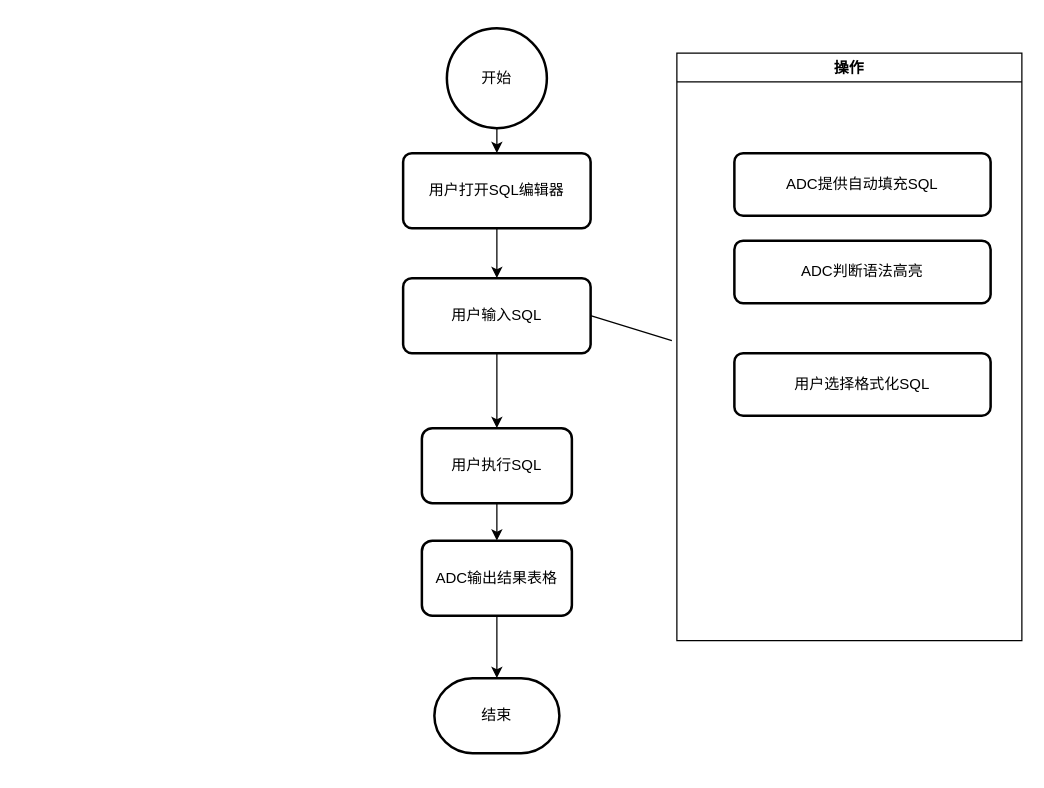
Above: SQL编辑器流程图P0.drawio in tryantdb/repo_for_drawio (draw.io), before the change. Source tidied: cells renumbered, new cells numbered last; positions are measured from the earlier drawing's top-left corner, leaving out a move shared by most shapes. Both pictures are drawn from the tidied source at 125%, with x=0, y=0 at pixel (402, 28).
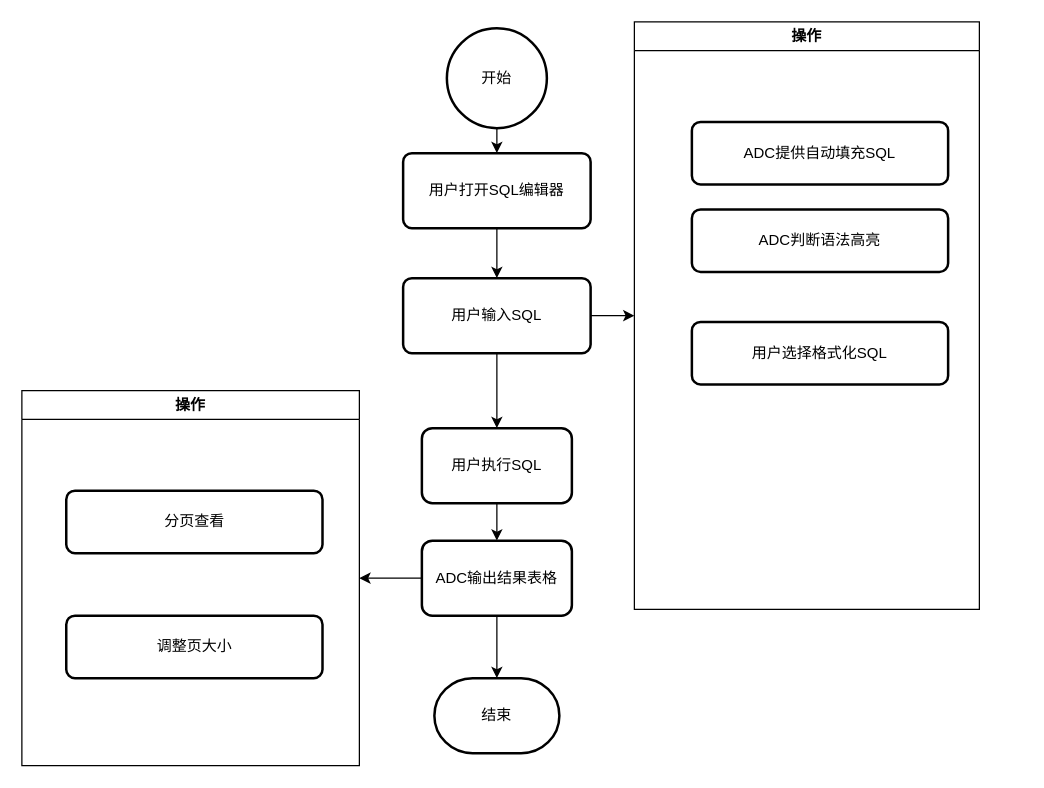
Above is the later version.

Commit message (it also covers changes not shown here):
更新SQL编辑器流程图P0.drawio

The change refers to these unchanged cells:
```xml
<mxCell id="7" value="用户输入SQL" style="rounded=1;whiteSpace=wrap;html=1;absoluteArcSize=1;arcSize=14;strokeWidth=2;" parent="1" vertex="1">
  <mxGeometry y="200" width="150" height="60" as="geometry" />
</mxCell>
<mxCell id="10" value="ADC输出结果表格" style="whiteSpace=wrap;html=1;rounded=1;arcSize=14;strokeWidth=2;" parent="1" vertex="1">
  <mxGeometry x="15" y="410" width="120" height="60" as="geometry" />
</mxCell>
```

What changed in the source:
```diff
@@
+    <mxCell id="18" style="edgeStyle=orthogonalEdgeStyle;rounded=0;jettySize=auto;html=1;exitX=1;exitY=0.5;exitDx=0;exitDy=0;entryX=0;entryY=0.5;entryDx=0;entryDy=0;" parent="1" edge="1" source="7" target="13">
+      <mxGeometry relative="1" as="geometry" />
+    </mxCell>
@@
+    <mxCell id="19" style="edgeStyle=orthogonalEdgeStyle;rounded=0;jettySize=auto;html=1;exitX=0;exitY=0.5;exitDx=0;exitDy=0;entryX=1;entryY=0.5;entryDx=0;entryDy=0;" parent="1" edge="1" source="10" target="20">
+      <mxGeometry relative="1" as="geometry" />
+    </mxCell>
@@
     <mxCell id="13" value="操作" style="swimlane;whiteSpace=wrap;html=1;" parent="1" vertex="1">
-      <mxGeometry x="219" y="20" width="276" height="470" as="geometry" />
+      <mxGeometry x="185" y="-5" width="276" height="470" as="geometry" />
     </mxCell>
@@
-    <mxCell id="17" style="endArrow=none;html=1;rounded=0;exitX=1;exitY=0.5;exitDx=0;exitDy=0;" parent="1" edge="1" source="7">
-      <mxGeometry relative="1" as="geometry">
-        <mxPoint x="215" y="250" as="targetPoint" />
-      </mxGeometry>
-    </mxCell>
+    <mxCell id="20" value="操作" style="swimlane;whiteSpace=wrap;html=1;" parent="1" vertex="1">
+      <mxGeometry x="-305" y="290" width="270" height="300" as="geometry" />
+    </mxCell>
+    <mxCell id="21" value="分页查看" style="rounded=1;whiteSpace=wrap;html=1;absoluteArcSize=1;arcSize=14;strokeWidth=2;" parent="20" vertex="1">
+      <mxGeometry x="35.5" y="80" width="205" height="50" as="geometry" />
+    </mxCell>
+    <mxCell id="22" value="调整页大小" style="rounded=1;whiteSpace=wrap;html=1;absoluteArcSize=1;arcSize=14;strokeWidth=2;" parent="20" vertex="1">
+      <mxGeometry x="35.5" y="180" width="205" height="50" as="geometry" />
+    </mxCell>
```
